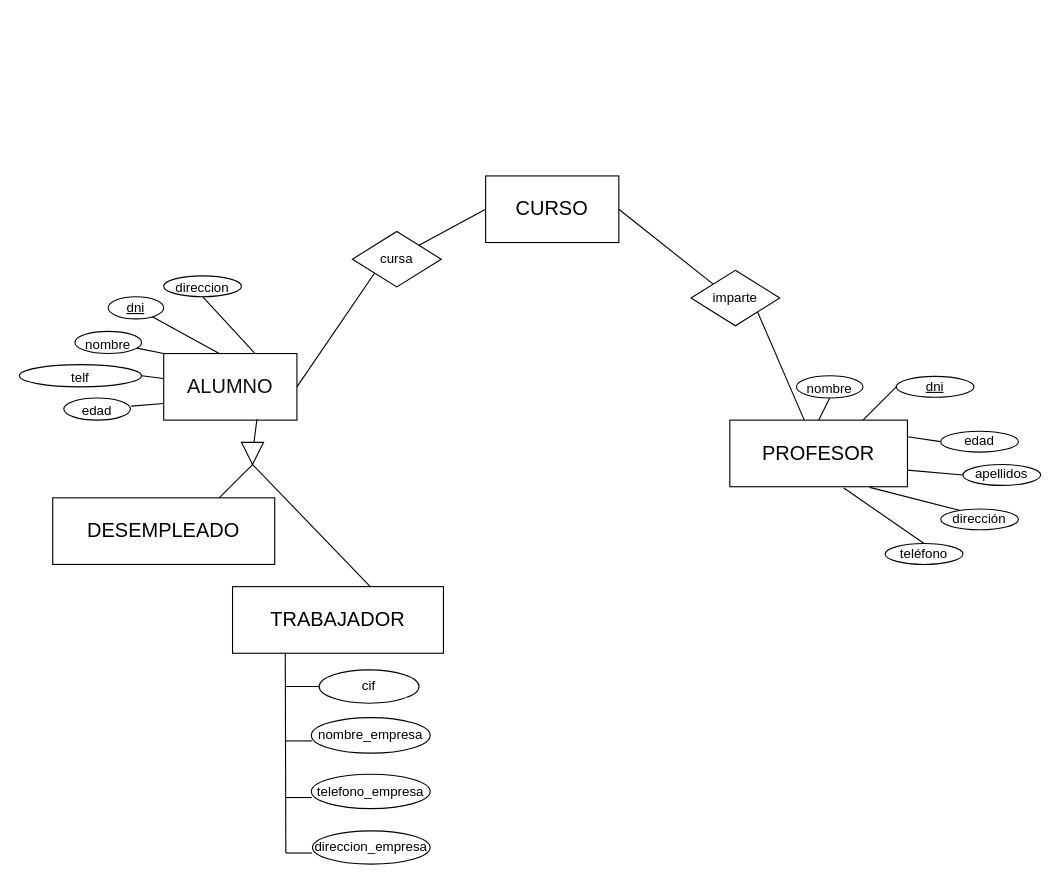
JuanMarinG/TA12_MYSQL keeps this draw.io diagram as Untitled Diagram.drawio. Above is the earlier version. Source tidied: cells renumbered, new cells numbered last; positions are measured from the earlier drawing's top-left corner, leaving out a move shared by most shapes. Both pictures are drawn from the tidied source at 111%, with x=0, y=0 at pixel (19, 175).
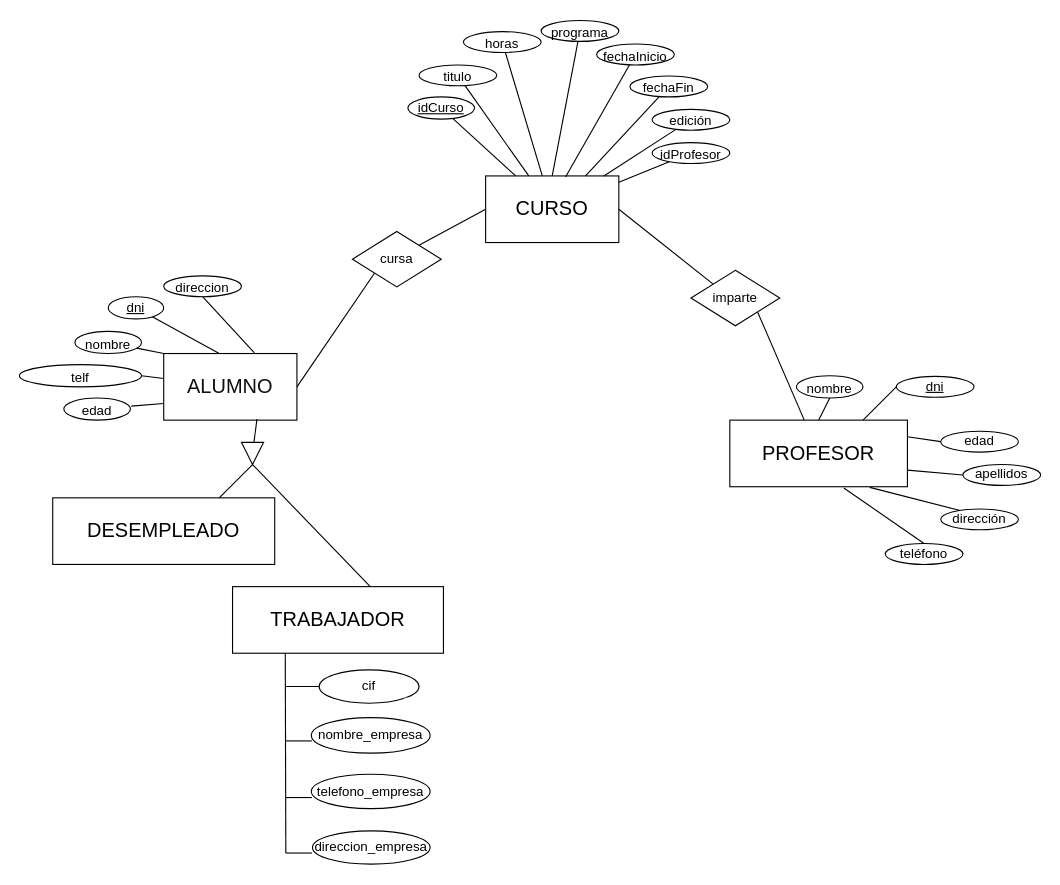
After the change.

Commit message:
atributos curso

Unchanged cells that the change refers to:
```xml
<mxCell id="7" value="&lt;div&gt;CURSO&lt;/div&gt;" style="rounded=0;whiteSpace=wrap;html=1;shadow=0;sketch=0;fontSize=18;" parent="1" vertex="1">
  <mxGeometry x="420" width="120" height="60" as="geometry" />
</mxCell>
```

The edit, as a diff of the source:
```diff
@@
+    <mxCell id="51" style="edgeStyle=none;rounded=0;jettySize=auto;html=1;fontSize=12;endArrow=none;endFill=0;" parent="1" edge="1" source="52" target="7">
+      <mxGeometry relative="1" as="geometry" />
+    </mxCell>
+    <mxCell id="52" value="&lt;u&gt;idCurso&lt;/u&gt;" style="ellipse;whiteSpace=wrap;html=1;rounded=0;sketch=0;" parent="1" vertex="1">
+      <mxGeometry x="350" y="-71.2" width="60" height="20" as="geometry" />
+    </mxCell>
+    <mxCell id="53" style="edgeStyle=none;rounded=0;jettySize=auto;html=1;fontSize=12;endArrow=none;endFill=0;" parent="1" edge="1" source="54" target="7">
+      <mxGeometry relative="1" as="geometry" />
+    </mxCell>
+    <mxCell id="54" value="&lt;span style=&quot;font-size: 12px;&quot;&gt;horas&lt;/span&gt;" style="ellipse;whiteSpace=wrap;html=1;rounded=0;shadow=0;sketch=0;fontSize=18;" parent="1" vertex="1">
+      <mxGeometry x="400" y="-130" width="70" height="18.8" as="geometry" />
+    </mxCell>
+    <mxCell id="55" style="edgeStyle=none;rounded=0;jettySize=auto;html=1;fontSize=12;endArrow=none;endFill=0;" parent="1" edge="1" source="56" target="7">
+      <mxGeometry relative="1" as="geometry" />
+    </mxCell>
+    <mxCell id="56" value="&lt;span style=&quot;font-size: 12px;&quot;&gt;titulo&lt;br&gt;&lt;/span&gt;" style="ellipse;whiteSpace=wrap;html=1;rounded=0;shadow=0;sketch=0;fontSize=18;" parent="1" vertex="1">
+      <mxGeometry x="360" y="-100" width="70" height="18.8" as="geometry" />
+    </mxCell>
+    <mxCell id="57" style="edgeStyle=none;rounded=0;jettySize=auto;html=1;entryX=0.5;entryY=0;entryDx=0;entryDy=0;fontSize=12;endArrow=none;endFill=0;" parent="1" edge="1" source="58" target="7">
+      <mxGeometry relative="1" as="geometry" />
+    </mxCell>
+    <mxCell id="58" value="&lt;span style=&quot;font-size: 12px;&quot;&gt;programa&lt;br&gt;&lt;/span&gt;" style="ellipse;whiteSpace=wrap;html=1;rounded=0;shadow=0;sketch=0;fontSize=18;" parent="1" vertex="1">
+      <mxGeometry x="470" y="-140" width="70" height="18.8" as="geometry" />
+    </mxCell>
+    <mxCell id="59" style="edgeStyle=none;rounded=0;jettySize=auto;html=1;entryX=0.6;entryY=0.017;entryDx=0;entryDy=0;entryPerimeter=0;fontSize=12;endArrow=none;endFill=0;" parent="1" edge="1" source="60" target="7">
+      <mxGeometry relative="1" as="geometry" />
+    </mxCell>
+    <mxCell id="60" value="&lt;span style=&quot;font-size: 12px;&quot;&gt;fechaInicio&lt;br&gt;&lt;/span&gt;" style="ellipse;whiteSpace=wrap;html=1;rounded=0;shadow=0;sketch=0;fontSize=18;" parent="1" vertex="1">
+      <mxGeometry x="520" y="-118.8" width="70" height="18.8" as="geometry" />
+    </mxCell>
+    <mxCell id="61" style="edgeStyle=none;rounded=0;jettySize=auto;html=1;entryX=0.75;entryY=0;entryDx=0;entryDy=0;fontSize=12;endArrow=none;endFill=0;" parent="1" edge="1" source="62" target="7">
+      <mxGeometry relative="1" as="geometry" />
+    </mxCell>
+    <mxCell id="62" value="&lt;span style=&quot;font-size: 12px;&quot;&gt;fechaFin&lt;br&gt;&lt;/span&gt;" style="ellipse;whiteSpace=wrap;html=1;rounded=0;shadow=0;sketch=0;fontSize=18;" parent="1" vertex="1">
+      <mxGeometry x="550" y="-90" width="70" height="18.8" as="geometry" />
+    </mxCell>
+    <mxCell id="63" style="edgeStyle=none;rounded=0;jettySize=auto;html=1;fontSize=12;endArrow=none;endFill=0;" parent="1" edge="1" source="64" target="7">
+      <mxGeometry relative="1" as="geometry" />
+    </mxCell>
+    <mxCell id="64" value="&lt;span style=&quot;font-size: 12px;&quot;&gt;edición&lt;br&gt;&lt;/span&gt;" style="ellipse;whiteSpace=wrap;html=1;rounded=0;shadow=0;sketch=0;fontSize=18;" parent="1" vertex="1">
+      <mxGeometry x="570" y="-60" width="70" height="18.8" as="geometry" />
+    </mxCell>
+    <mxCell id="65" style="edgeStyle=none;rounded=0;jettySize=auto;html=1;fontSize=12;endArrow=none;endFill=0;" parent="1" edge="1" source="66" target="7">
+      <mxGeometry relative="1" as="geometry" />
+    </mxCell>
+    <mxCell id="66" value="&lt;span style=&quot;font-size: 12px;&quot;&gt;idProfesor&lt;br&gt;&lt;/span&gt;" style="ellipse;whiteSpace=wrap;html=1;rounded=0;shadow=0;sketch=0;fontSize=18;" parent="1" vertex="1">
+      <mxGeometry x="570" y="-30" width="70" height="18.8" as="geometry" />
+    </mxCell>
```
